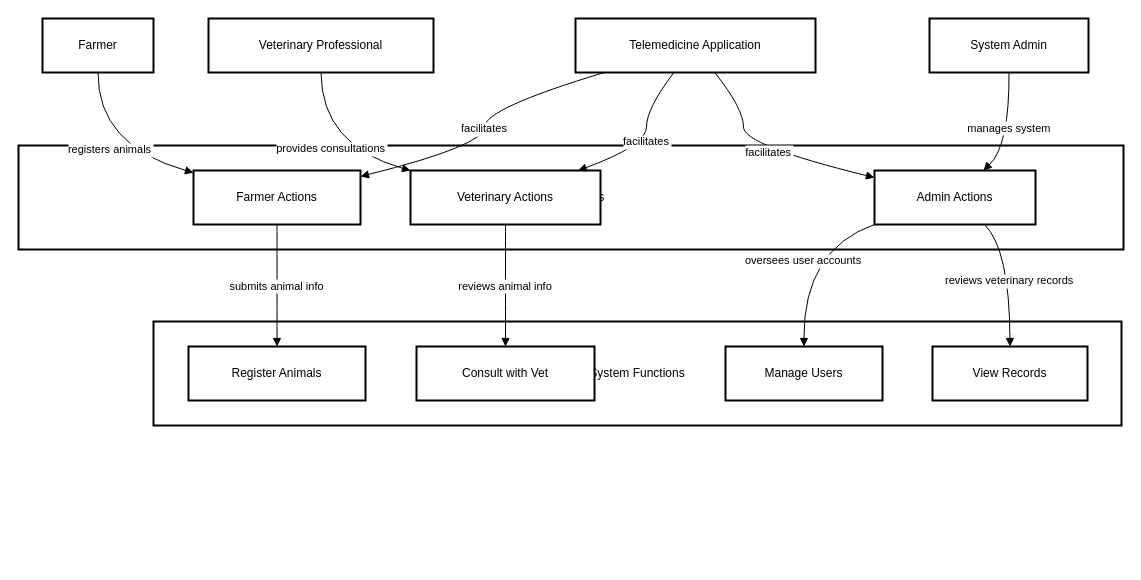
Earlier version of the draw.io diagram mav_l1_dfd.drawio (WayneCarlW/flask-team-test). Source tidied: cells renumbered, new cells numbered last; positions are measured from the earlier drawing's top-left corner, leaving out a move shared by most shapes. Both pictures are drawn from the tidied source at 100%, with x=0, y=0 at pixel (18, 18).
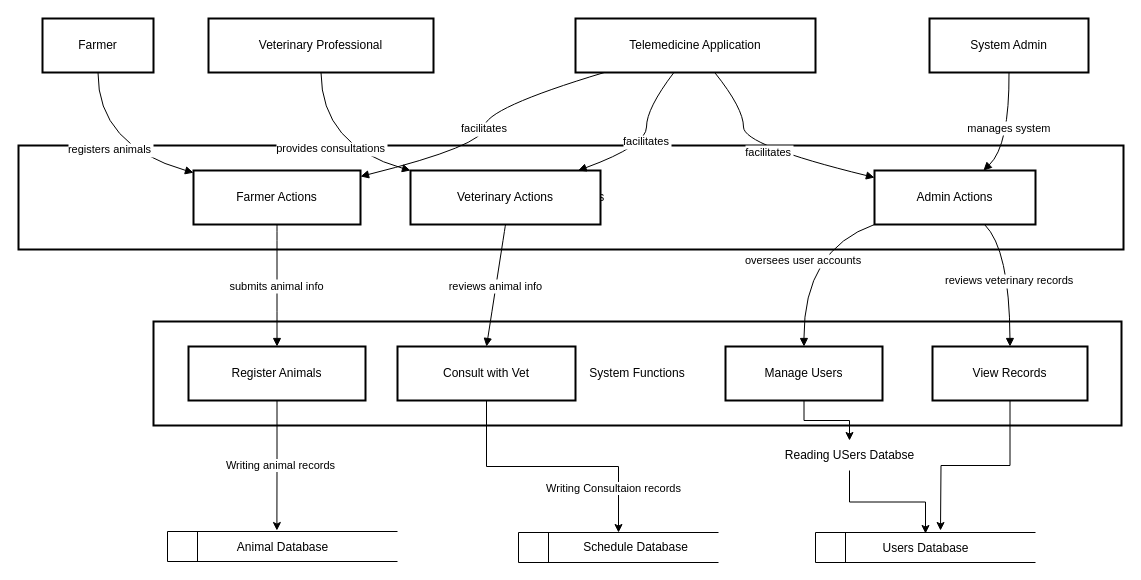
The same page after the edit.

The change refers to these unchanged cells:
```xml
<mxCell id="11" value="Register Animals" style="whiteSpace=wrap;strokeWidth=2;" parent="1" vertex="1">
  <mxGeometry x="170" y="328" width="177" height="54" as="geometry" />
</mxCell>
<mxCell id="13" value="Manage Users" style="whiteSpace=wrap;strokeWidth=2;" parent="1" vertex="1">
  <mxGeometry x="707" y="328" width="157" height="54" as="geometry" />
</mxCell>
<mxCell id="14" value="View Records" style="whiteSpace=wrap;strokeWidth=2;" parent="1" vertex="1">
  <mxGeometry x="914" y="328" width="155" height="54" as="geometry" />
</mxCell>
```

Diff of the diagram source:
```diff
@@
+    <mxCell id="25" style="edgeStyle=orthogonalEdgeStyle;rounded=0;jettySize=auto;html=1;exitX=0.5;exitY=1;exitDx=0;exitDy=0;" parent="1" edge="1" source="11">
+      <mxGeometry relative="1" as="geometry">
+        <mxPoint x="258.4" y="512" as="targetPoint" />
+      </mxGeometry>
+    </mxCell>
+    <mxCell id="26" value="Writing animal records" style="edgeLabel;html=1;align=center;verticalAlign=middle;" parent="25" vertex="1">
+      <mxGeometry x="0.01" y="3" relative="1" as="geometry">
+        <mxPoint y="-1" as="offset" />
+      </mxGeometry>
+    </mxCell>
@@
+    <mxCell id="27" style="edgeStyle=orthogonalEdgeStyle;rounded=0;jettySize=auto;html=1;exitX=0.5;exitY=1;exitDx=0;exitDy=0;" parent="1" edge="1" source="12" target="32">
+      <mxGeometry relative="1" as="geometry" />
+    </mxCell>
+    <mxCell id="28" value="Writing Consultaion records" style="edgeLabel;html=1;align=center;verticalAlign=middle;" parent="27" vertex="1">
+      <mxGeometry x="0.66" y="-6" relative="1" as="geometry" />
+    </mxCell>
     <mxCell id="12" value="Consult with Vet" style="whiteSpace=wrap;strokeWidth=2;" parent="1" vertex="1">
-      <mxGeometry x="398" y="328" width="178" height="54" as="geometry" />
+      <mxGeometry x="379" y="328" width="178" height="54" as="geometry" />
     </mxCell>
@@
+    <mxCell id="29" style="edgeStyle=orthogonalEdgeStyle;rounded=0;jettySize=auto;html=1;exitX=0.5;exitY=1;exitDx=0;exitDy=0;" parent="1" edge="1" source="14">
+      <mxGeometry relative="1" as="geometry">
+        <mxPoint x="922" y="512" as="targetPoint" />
+      </mxGeometry>
+    </mxCell>
@@
+    <mxCell id="30" style="html=1;dashed=0;whiteSpace=wrap;shape=mxgraph.dfd.dataStoreID;align=left;spacingLeft=3;" parent="1" vertex="1">
+      <mxGeometry x="797" y="514" width="220" height="30" as="geometry" />
+    </mxCell>
+    <mxCell id="31" style="html=1;dashed=0;whiteSpace=wrap;shape=mxgraph.dfd.dataStoreID;align=left;spacingLeft=3;" parent="1" vertex="1">
+      <mxGeometry x="149" y="513" width="230" height="30" as="geometry" />
+    </mxCell>
+    <mxCell id="32" style="html=1;dashed=0;whiteSpace=wrap;shape=mxgraph.dfd.dataStoreID;align=left;spacingLeft=3;points=[[0,0],[0.5,0],[1,0],[0,0.5],[1,0.5],[0,1],[0.5,1],[1,1]];" parent="1" vertex="1">
+      <mxGeometry x="500" y="514" width="200" height="30" as="geometry" />
+    </mxCell>
+    <mxCell id="33" style="edgeStyle=orthogonalEdgeStyle;rounded=0;jettySize=auto;html=1;exitX=0.5;exitY=1;exitDx=0;exitDy=0;" parent="1" edge="1" source="38" target="36">
+      <mxGeometry relative="1" as="geometry" />
+    </mxCell>
+    <mxCell id="34" value="Animal Database" style="text;html=1;align=center;verticalAlign=middle;strokeColor=none;fillColor=none;" parent="1" vertex="1">
+      <mxGeometry x="209" y="514" width="110" height="30" as="geometry" />
+    </mxCell>
+    <mxCell id="35" value="Schedule Database" style="text;html=1;align=center;verticalAlign=middle;strokeColor=none;fillColor=none;" parent="1" vertex="1">
+      <mxGeometry x="552" y="514" width="130" height="30" as="geometry" />
+    </mxCell>
+    <mxCell id="36" value="Users Database" style="text;html=1;align=center;verticalAlign=middle;points=[];strokeColor=none;fillColor=none;" parent="1" vertex="1">
+      <mxGeometry x="852" y="515" width="110" height="30" as="geometry" />
+    </mxCell>
+    <mxCell id="37" style="edgeStyle=orthogonalEdgeStyle;rounded=0;jettySize=auto;html=1;exitX=0.5;exitY=1;exitDx=0;exitDy=0;" parent="1" edge="1" source="13" target="38">
+      <mxGeometry relative="1" as="geometry" />
+    </mxCell>
+    <mxCell id="38" value="Reading USers Databse" style="text;html=1;align=center;verticalAlign=middle;points=[];strokeColor=none;fillColor=none;" parent="1" vertex="1">
+      <mxGeometry x="756" y="422" width="150" height="30" as="geometry" />
+    </mxCell>
```
